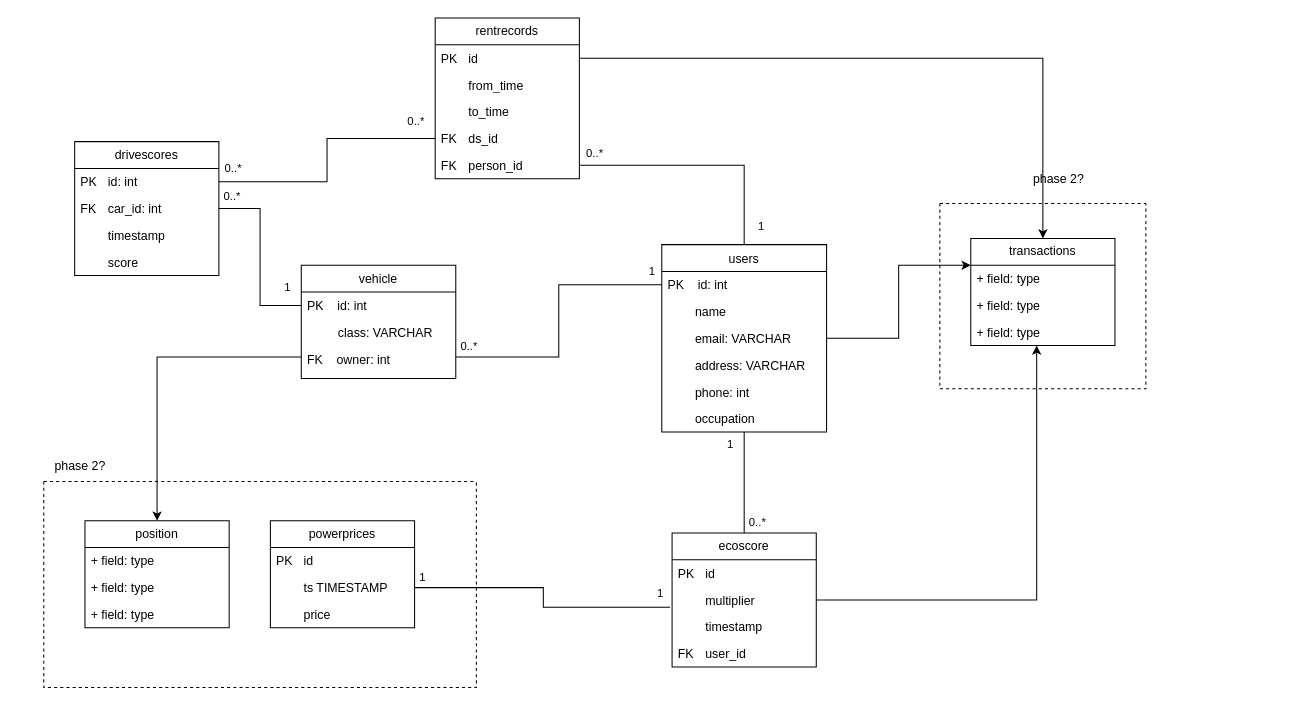
Earlier version of the draw.io diagram Project Information/Diagram/prosjektdb.drawio (ElektroMannen/Ingenior-prosjekt-1). Source tidied: cells renumbered, new cells numbered last; positions are measured from the earlier drawing's top-left corner, leaving out a move shared by most shapes. Both pictures are drawn from the tidied source at 103%, with x=0, y=0 at pixel (43, 18).
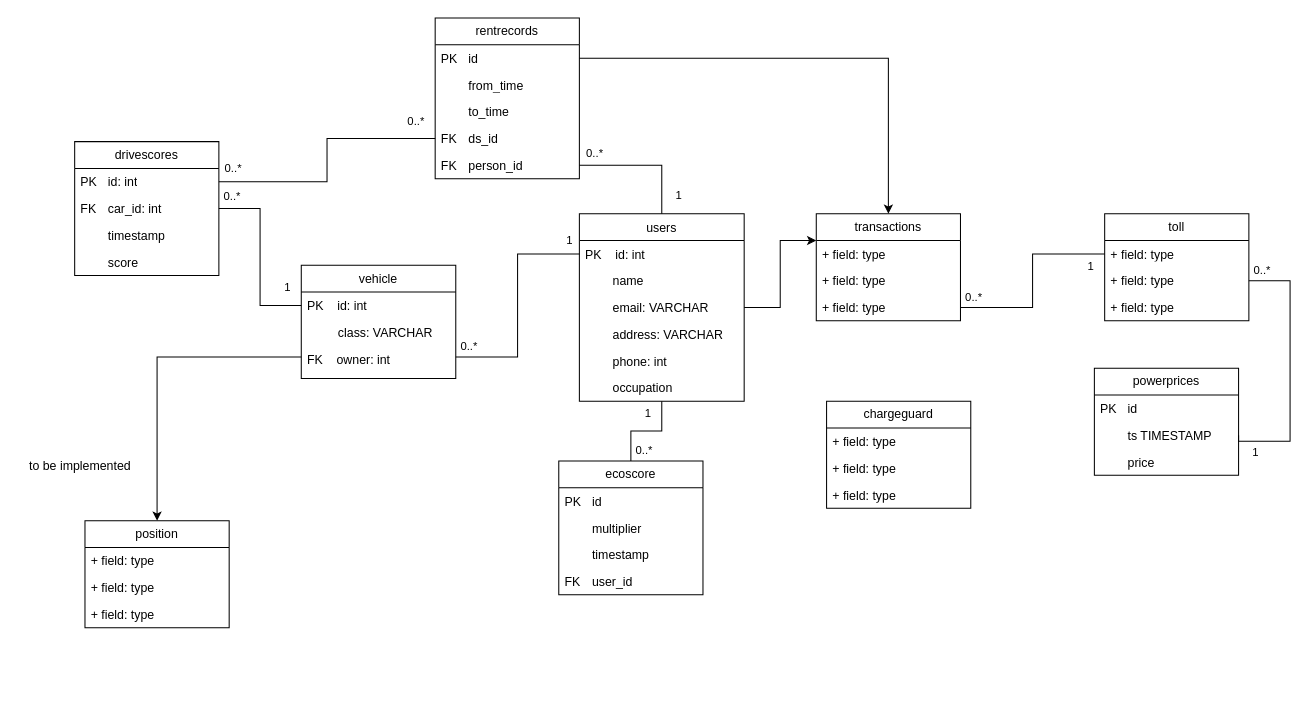
Above is the later version.

Unchanged cells that the change refers to:
```xml
<mxCell id="29" value="&lt;span style=&quot;white-space: pre;&quot;&gt;&#9;&lt;/span&gt;multiplier" style="text;strokeColor=none;fillColor=none;align=left;verticalAlign=top;spacingLeft=4;spacingRight=4;overflow=hidden;points=[[0,0.5],[1,0.5]];portConstraint=eastwest;whiteSpace=wrap;html=1;" parent="27" vertex="1">
  <mxGeometry y="52" width="140" height="26" as="geometry" />
</mxCell>
<mxCell id="64" value="+ field: type" style="text;strokeColor=none;fillColor=none;align=left;verticalAlign=top;spacingLeft=4;spacingRight=4;overflow=hidden;points=[[0,0.5],[1,0.5]];portConstraint=eastwest;whiteSpace=wrap;html=1;" parent="61" vertex="1">
  <mxGeometry y="78" width="140" height="26" as="geometry" />
</mxCell>
```

What changed in the source:
```diff
@@
     <mxCell id="6" value="users" style="swimlane;fontStyle=0;align=center;verticalAlign=top;horizontal=1;startSize=26;rounded=0;shadow=0;strokeWidth=1;" parent="1" vertex="1">
-      <mxGeometry x="600" y="220" width="160" height="182" as="geometry" />
+      <mxGeometry x="520" y="190" width="160" height="182" as="geometry" />
     </mxCell>
@@
     <mxCell id="27" value="ecoscore" style="swimlane;fontStyle=0;horizontal=1;startSize=26;fillColor=none;whiteSpace=wrap;html=1;" parent="1" vertex="1">
-      <mxGeometry x="610" y="500" width="140" height="130" as="geometry" />
+      <mxGeometry x="500" y="430" width="140" height="130" as="geometry" />
     </mxCell>
@@
-    <mxCell id="44" style="endArrow=none;html=1;edgeStyle=orthogonalEdgeStyle;rounded=0;exitX=1;exitY=0.5;exitDx=0;exitDy=0;entryX=-0.014;entryY=0.769;entryDx=0;entryDy=0;entryPerimeter=0;" parent="1" edge="1" source="58" target="29">
-      <mxGeometry relative="1" as="geometry" />
-    </mxCell>
-    <mxCell id="45" value="1" style="edgeLabel;html=1;align=left;verticalAlign=bottom;" parent="44" vertex="1">
-      <mxGeometry x="-1" relative="1" as="geometry">
-        <mxPoint x="3" y="-2" as="offset" />
-      </mxGeometry>
-    </mxCell>
-    <mxCell id="46" value="1" style="edgeLabel;html=1;align=right;verticalAlign=bottom;" parent="44" vertex="1">
-      <mxGeometry x="1" relative="1" as="geometry">
-        <mxPoint x="-6" y="-5" as="offset" />
-      </mxGeometry>
-    </mxCell>
@@
-    <mxCell id="50" style="edgeStyle=orthogonalEdgeStyle;rounded=0;jettySize=auto;html=1;exitX=1;exitY=0.5;exitDx=0;exitDy=0;entryX=0.457;entryY=1;entryDx=0;entryDy=0;entryPerimeter=0;" parent="1" edge="1" source="29" target="64">
-      <mxGeometry relative="1" as="geometry" />
-    </mxCell>
-    <mxCell id="51" style="swimlane;startSize=0;dashed=1;" parent="1" vertex="1">
-      <mxGeometry y="450" width="420" height="200" as="geometry" />
-    </mxCell>
+    <mxCell id="65" value="to be implemented" style="text;html=1;align=center;verticalAlign=middle;strokeColor=none;fillColor=none;" parent="1" vertex="1">
+      <mxGeometry x="-25" y="420" width="120" height="30" as="geometry" />
+    </mxCell>
+    <mxCell id="67" value="toll" style="swimlane;fontStyle=0;horizontal=1;startSize=26;fillColor=none;whiteSpace=wrap;html=1;" parent="1" vertex="1">
+      <mxGeometry x="1030" y="190" width="140" height="104" as="geometry" />
+    </mxCell>
+    <mxCell id="68" value="+ field: type" style="text;strokeColor=none;fillColor=none;align=left;verticalAlign=top;spacingLeft=4;spacingRight=4;overflow=hidden;points=[[0,0.5],[1,0.5]];portConstraint=eastwest;whiteSpace=wrap;html=1;" parent="67" vertex="1">
+      <mxGeometry y="26" width="140" height="26" as="geometry" />
+    </mxCell>
+    <mxCell id="69" value="+ field: type" style="text;strokeColor=none;fillColor=none;align=left;verticalAlign=top;spacingLeft=4;spacingRight=4;overflow=hidden;points=[[0,0.5],[1,0.5]];portConstraint=eastwest;whiteSpace=wrap;html=1;" parent="67" vertex="1">
+      <mxGeometry y="52" width="140" height="26" as="geometry" />
+    </mxCell>
+    <mxCell id="70" value="+ field: type" style="text;strokeColor=none;fillColor=none;align=left;verticalAlign=top;spacingLeft=4;spacingRight=4;overflow=hidden;whiteSpace=wrap;html=1;" parent="67" vertex="1">
+      <mxGeometry y="78" width="140" height="26" as="geometry" />
+    </mxCell>
+    <mxCell id="71" value="chargeguard" style="swimlane;fontStyle=0;horizontal=1;startSize=26;fillColor=none;whiteSpace=wrap;html=1;" parent="1" vertex="1">
+      <mxGeometry x="760" y="372" width="140" height="104" as="geometry" />
+    </mxCell>
+    <mxCell id="72" value="+ field: type" style="text;strokeColor=none;fillColor=none;align=left;verticalAlign=top;spacingLeft=4;spacingRight=4;overflow=hidden;whiteSpace=wrap;html=1;" parent="71" vertex="1">
+      <mxGeometry y="26" width="140" height="26" as="geometry" />
+    </mxCell>
+    <mxCell id="73" value="+ field: type" style="text;strokeColor=none;fillColor=none;align=left;verticalAlign=top;spacingLeft=4;spacingRight=4;overflow=hidden;whiteSpace=wrap;html=1;" parent="71" vertex="1">
+      <mxGeometry y="52" width="140" height="26" as="geometry" />
+    </mxCell>
+    <mxCell id="74" value="+ field: type" style="text;strokeColor=none;fillColor=none;align=left;verticalAlign=top;spacingLeft=4;spacingRight=4;overflow=hidden;whiteSpace=wrap;html=1;" parent="71" vertex="1">
+      <mxGeometry y="78" width="140" height="26" as="geometry" />
+    </mxCell>
+    <mxCell id="56" value="powerprices" style="swimlane;fontStyle=0;horizontal=1;startSize=26;fillColor=none;whiteSpace=wrap;html=1;" parent="1" vertex="1">
+      <mxGeometry x="1020" y="340" width="140" height="104" as="geometry" />
+    </mxCell>
+    <mxCell id="57" value="PK&amp;nbsp;&lt;span style=&quot;white-space: pre;&quot;&gt;&#9;&lt;/span&gt;id" style="text;strokeColor=none;fillColor=none;align=left;verticalAlign=top;spacingLeft=4;spacingRight=4;overflow=hidden;whiteSpace=wrap;html=1;" parent="56" vertex="1">
+      <mxGeometry y="26" width="140" height="26" as="geometry" />
+    </mxCell>
+    <mxCell id="58" value="&lt;span style=&quot;white-space: pre;&quot;&gt;&#9;&lt;/span&gt;ts TIMESTAMP" style="text;strokeColor=none;fillColor=none;align=left;verticalAlign=top;spacingLeft=4;spacingRight=4;overflow=hidden;points=[[0,0.5],[1,0.5]];portConstraint=eastwest;whiteSpace=wrap;html=1;" parent="56" vertex="1">
+      <mxGeometry y="52" width="140" height="26" as="geometry" />
+    </mxCell>
+    <mxCell id="59" value="&lt;span style=&quot;white-space: pre;&quot;&gt;&#9;&lt;/span&gt;price" style="text;strokeColor=none;fillColor=none;align=left;verticalAlign=top;spacingLeft=4;spacingRight=4;overflow=hidden;whiteSpace=wrap;html=1;" parent="56" vertex="1">
+      <mxGeometry y="78" width="140" height="26" as="geometry" />
+    </mxCell>
+    <mxCell id="75" style="group;" parent="1" vertex="1">
+      <mxGeometry x="40" y="488" width="140" height="104" as="geometry" />
+    </mxCell>
-    <mxCell id="52" value="position" style="swimlane;fontStyle=0;horizontal=1;startSize=26;fillColor=none;whiteSpace=wrap;html=1;" parent="51" vertex="1">
-      <mxGeometry x="40" y="38" width="140" height="104" as="geometry" />
+    <mxCell id="52" value="position" style="swimlane;fontStyle=0;horizontal=1;startSize=26;fillColor=none;whiteSpace=wrap;html=1;" parent="75" vertex="1">
+      <mxGeometry width="140" height="104" as="geometry" />
     </mxCell>
-    <mxCell id="53" value="+ field: type" style="text;strokeColor=none;fillColor=none;align=left;verticalAlign=top;spacingLeft=4;spacingRight=4;overflow=hidden;whiteSpace=wrap;html=1;" parent="52" vertex="1">
+    <mxCell id="53" value="+ field: type" style="text;strokeColor=none;fillColor=none;align=left;verticalAlign=top;spacingLeft=4;spacingRight=4;overflow=hidden;whiteSpace=wrap;html=1;" parent="75" vertex="1">
       <mxGeometry y="26" width="140" height="26" as="geometry" />
     </mxCell>
-    <mxCell id="54" value="+ field: type" style="text;strokeColor=none;fillColor=none;align=left;verticalAlign=top;spacingLeft=4;spacingRight=4;overflow=hidden;whiteSpace=wrap;html=1;" parent="52" vertex="1">
+    <mxCell id="54" value="+ field: type" style="text;strokeColor=none;fillColor=none;align=left;verticalAlign=top;spacingLeft=4;spacingRight=4;overflow=hidden;whiteSpace=wrap;html=1;" parent="75" vertex="1">
       <mxGeometry y="52" width="140" height="26" as="geometry" />
     </mxCell>
-    <mxCell id="55" value="+ field: type" style="text;strokeColor=none;fillColor=none;align=left;verticalAlign=top;spacingLeft=4;spacingRight=4;overflow=hidden;whiteSpace=wrap;html=1;" parent="52" vertex="1">
+    <mxCell id="55" value="+ field: type" style="text;strokeColor=none;fillColor=none;align=left;verticalAlign=top;spacingLeft=4;spacingRight=4;overflow=hidden;whiteSpace=wrap;html=1;" parent="75" vertex="1">
       <mxGeometry y="78" width="140" height="26" as="geometry" />
     </mxCell>
-    <mxCell id="56" value="powerprices" style="swimlane;fontStyle=0;horizontal=1;startSize=26;fillColor=none;whiteSpace=wrap;html=1;" parent="51" vertex="1">
-      <mxGeometry x="220" y="38" width="140" height="104" as="geometry" />
-    </mxCell>
-    <mxCell id="57" value="PK&amp;nbsp;&lt;span style=&quot;white-space: pre;&quot;&gt;&#9;&lt;/span&gt;id" style="text;strokeColor=none;fillColor=none;align=left;verticalAlign=top;spacingLeft=4;spacingRight=4;overflow=hidden;whiteSpace=wrap;html=1;" parent="56" vertex="1">
-      <mxGeometry y="26" width="140" height="26" as="geometry" />
-    </mxCell>
-    <mxCell id="58" value="&lt;span style=&quot;white-space: pre;&quot;&gt;&#9;&lt;/span&gt;ts TIMESTAMP" style="text;strokeColor=none;fillColor=none;align=left;verticalAlign=top;spacingLeft=4;spacingRight=4;overflow=hidden;points=[[0,0.5],[1,0.5]];portConstraint=eastwest;whiteSpace=wrap;html=1;" parent="56" vertex="1">
-      <mxGeometry y="52" width="140" height="26" as="geometry" />
-    </mxCell>
-    <mxCell id="59" value="&lt;span style=&quot;white-space: pre;&quot;&gt;&#9;&lt;/span&gt;price" style="text;strokeColor=none;fillColor=none;align=left;verticalAlign=top;spacingLeft=4;spacingRight=4;overflow=hidden;whiteSpace=wrap;html=1;" parent="56" vertex="1">
-      <mxGeometry y="78" width="140" height="26" as="geometry" />
-    </mxCell>
-    <mxCell id="60" style="swimlane;startSize=0;dashed=1;" parent="1" vertex="1">
-      <mxGeometry x="870" y="180" width="200" height="180" as="geometry" />
-    </mxCell>
-    <mxCell id="61" value="transactions" style="swimlane;fontStyle=0;horizontal=1;startSize=26;fillColor=none;whiteSpace=wrap;html=1;" parent="60" vertex="1">
-      <mxGeometry x="30" y="34" width="140" height="104" as="geometry" />
+    <mxCell id="61" value="transactions" style="swimlane;fontStyle=0;horizontal=1;startSize=26;fillColor=none;whiteSpace=wrap;html=1;" parent="1" vertex="1">
+      <mxGeometry x="750" y="190" width="140" height="104" as="geometry" />
     </mxCell>
@@
-    <mxCell id="65" value="phase 2?" style="text;html=1;align=center;verticalAlign=middle;strokeColor=none;fillColor=none;" parent="1" vertex="1">
-      <mxGeometry y="420" width="70" height="30" as="geometry" />
-    </mxCell>
-    <mxCell id="66" value="phase 2?" style="text;html=1;align=center;verticalAlign=middle;strokeColor=none;fillColor=none;" parent="1" vertex="1">
-      <mxGeometry x="950" y="142" width="70" height="30" as="geometry" />
-    </mxCell>
+    <mxCell id="76" style="endArrow=none;html=1;edgeStyle=orthogonalEdgeStyle;rounded=0;entryX=0;entryY=0.5;entryDx=0;entryDy=0;exitX=1;exitY=0.5;exitDx=0;exitDy=0;" parent="1" edge="1" source="64" target="68">
+      <mxGeometry relative="1" as="geometry" />
+    </mxCell>
+    <mxCell id="77" value="0..*" style="edgeLabel;html=1;align=left;verticalAlign=bottom;" parent="76" vertex="1">
+      <mxGeometry x="-1" relative="1" as="geometry">
+        <mxPoint x="3" y="-2" as="offset" />
+      </mxGeometry>
+    </mxCell>
+    <mxCell id="78" value="1" style="edgeLabel;html=1;align=right;verticalAlign=bottom;" parent="76" vertex="1">
+      <mxGeometry x="1" relative="1" as="geometry">
+        <mxPoint x="-10" y="20" as="offset" />
+      </mxGeometry>
+    </mxCell>
+    <mxCell id="79" style="endArrow=none;html=1;edgeStyle=orthogonalEdgeStyle;rounded=0;exitX=1;exitY=0.5;exitDx=0;exitDy=0;entryX=1;entryY=0.5;entryDx=0;entryDy=0;" parent="1" edge="1" source="69" target="58">
+      <mxGeometry relative="1" as="geometry">
+        <Array as="points">
+          <mxPoint x="1210" y="255" />
+          <mxPoint x="1210" y="411" />
+        </Array>
+      </mxGeometry>
+    </mxCell>
+    <mxCell id="80" value="0..*" style="edgeLabel;html=1;align=left;verticalAlign=bottom;" parent="79" vertex="1">
+      <mxGeometry x="-1" relative="1" as="geometry">
+        <mxPoint x="3" y="-2" as="offset" />
+      </mxGeometry>
+    </mxCell>
+    <mxCell id="81" value="1" style="edgeLabel;html=1;align=right;verticalAlign=bottom;" parent="79" vertex="1">
+      <mxGeometry x="1" relative="1" as="geometry">
+        <mxPoint x="20" y="25" as="offset" />
+      </mxGeometry>
+    </mxCell>
```
